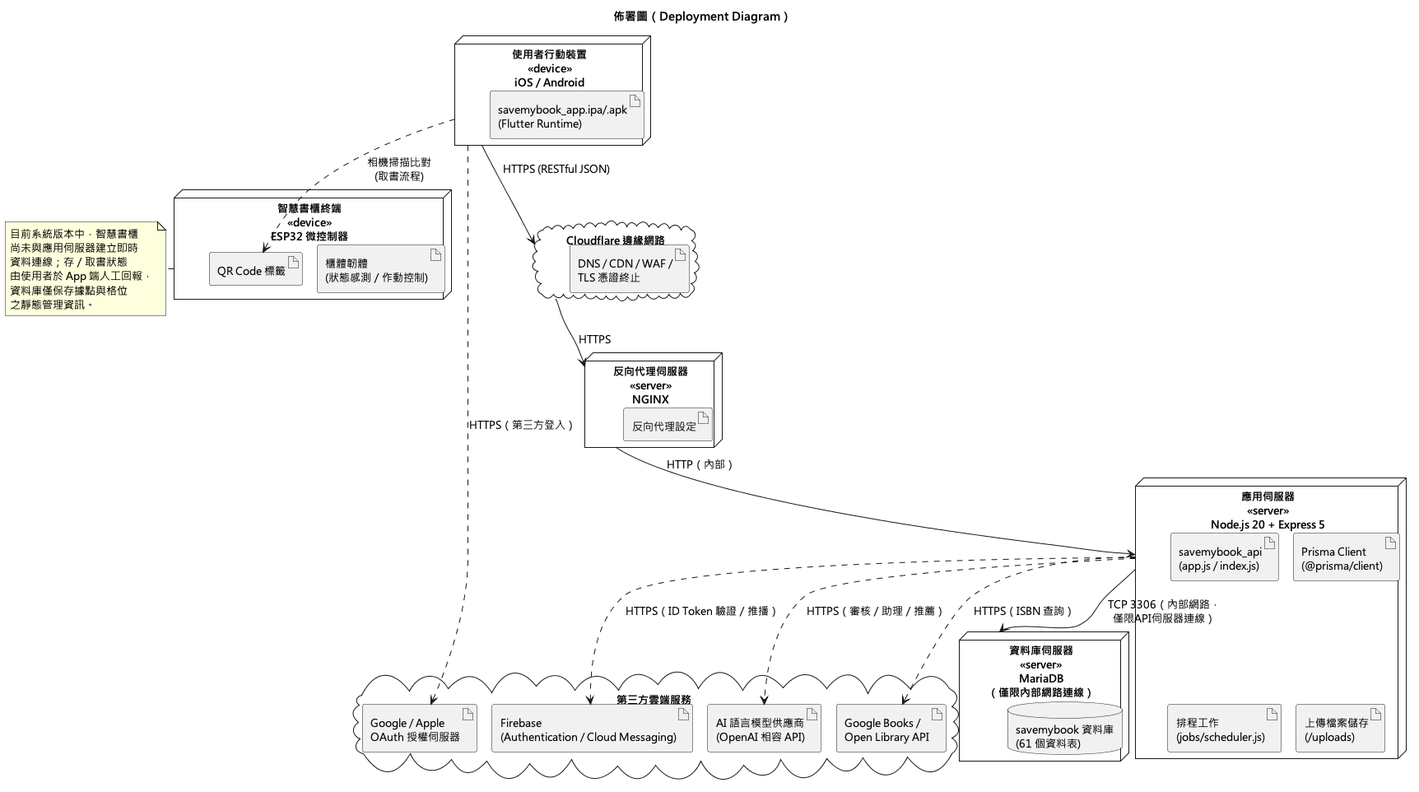
Before: Diagrams/System Architecture/v3/deployment.png, a diagram exported from PlantUML (SaveMyBook/SaveMyBook).
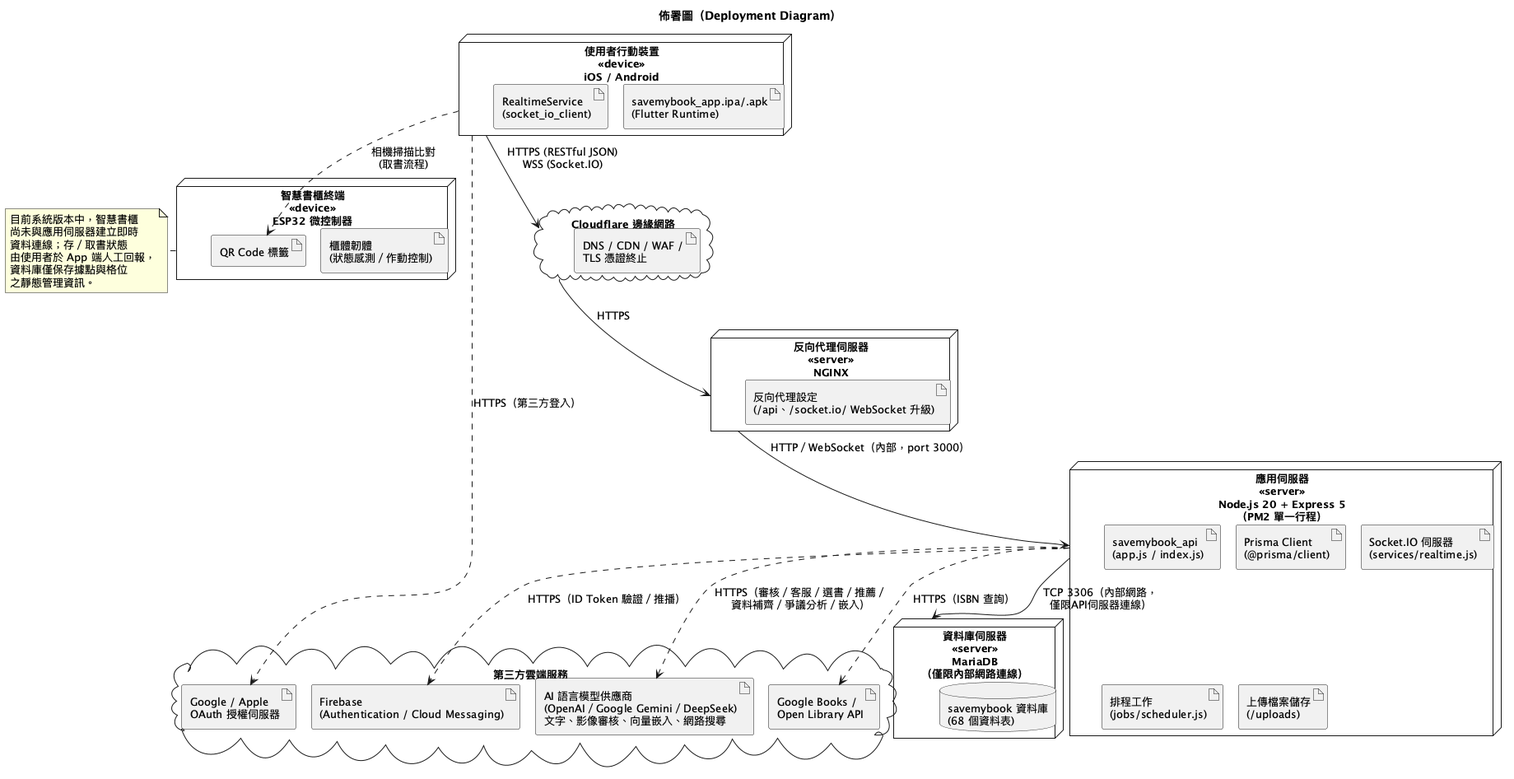
Later version of the same file.

What changed in the source:
```diff
@@ -6,6 +6,7 @@
 
 node "使用者行動裝置\n<<device>>\niOS / Android" as Mobile {
   artifact "savemybook_app.ipa/.apk\n(Flutter Runtime)" as AppArtifact
+  artifact "RealtimeService\n(socket_io_client)" as SocketClient
 }
 
 node "智慧書櫃終端\n<<device>>\nESP32 微控制器" as CabinetNode {
@@ -18,33 +19,34 @@
 }
 
 node "反向代理伺服器\n<<server>>\nNGINX" as ProxyNode {
-  artifact "反向代理設定" as NginxConf
+  artifact "反向代理設定\n(/api、/socket.io/ WebSocket 升級)" as NginxConf
 }
 
-node "應用伺服器\n<<server>>\nNode.js 20 + Express 5" as AppServer {
+node "應用伺服器\n<<server>>\nNode.js 20 + Express 5\n（PM2 單一行程）" as AppServer {
   artifact "savemybook_api\n(app.js / index.js)" as ApiArtifact
   artifact "Prisma Client\n(@prisma/client)" as PrismaArtifact
+  artifact "Socket.IO 伺服器\n(services/realtime.js)" as SocketServer
   artifact "排程工作\n(jobs/scheduler.js)" as SchedulerArtifact
   artifact "上傳檔案儲存\n(/uploads)" as UploadStore
 }
 
 node "資料庫伺服器\n<<server>>\nMariaDB\n（僅限內部網路連線）" as DBServer {
-  database "savemybook 資料庫\n(61 個資料表)" as DB
+  database "savemybook 資料庫\n(68 個資料表)" as DB
 }
 
 cloud "第三方雲端服務" as ExternalCloud {
   artifact "Firebase\n(Authentication / Cloud Messaging)" as FirebaseSvc
-  artifact "AI 語言模型供應商\n(OpenAI 相容 API)" as AISvc
+  artifact "AI 語言模型供應商\n(OpenAI／Google Gemini／DeepSeek)\n文字、影像審核、向量嵌入、網路搜尋" as AISvc
   artifact "Google Books /\nOpen Library API" as BookSvc
   artifact "Google / Apple\nOAuth 授權伺服器" as OAuthSvc
 }
 
-Mobile --> CFNode : HTTPS (RESTful JSON)
+Mobile --> CFNode : HTTPS (RESTful JSON)\nWSS (Socket.IO)
 CFNode --> ProxyNode : HTTPS
-ProxyNode --> AppServer : HTTP（內部）
+ProxyNode --> AppServer : HTTP／WebSocket（內部，port 3000）
 AppServer --> DBServer : TCP 3306（內部網路，\n僅限API伺服器連線）
 AppServer ..> FirebaseSvc : HTTPS（ID Token 驗證／推播）
-AppServer ..> AISvc : HTTPS（審核／助理／推薦）
+AppServer ..> AISvc : HTTPS（審核／客服／選書／推薦／\n資料補齊／爭議分析／嵌入）
 AppServer ..> BookSvc : HTTPS（ISBN 查詢）
 Mobile ..> OAuthSvc : HTTPS（第三方登入）
 Mobile ..> QRLabel : 相機掃描比對\n(取書流程)
```
